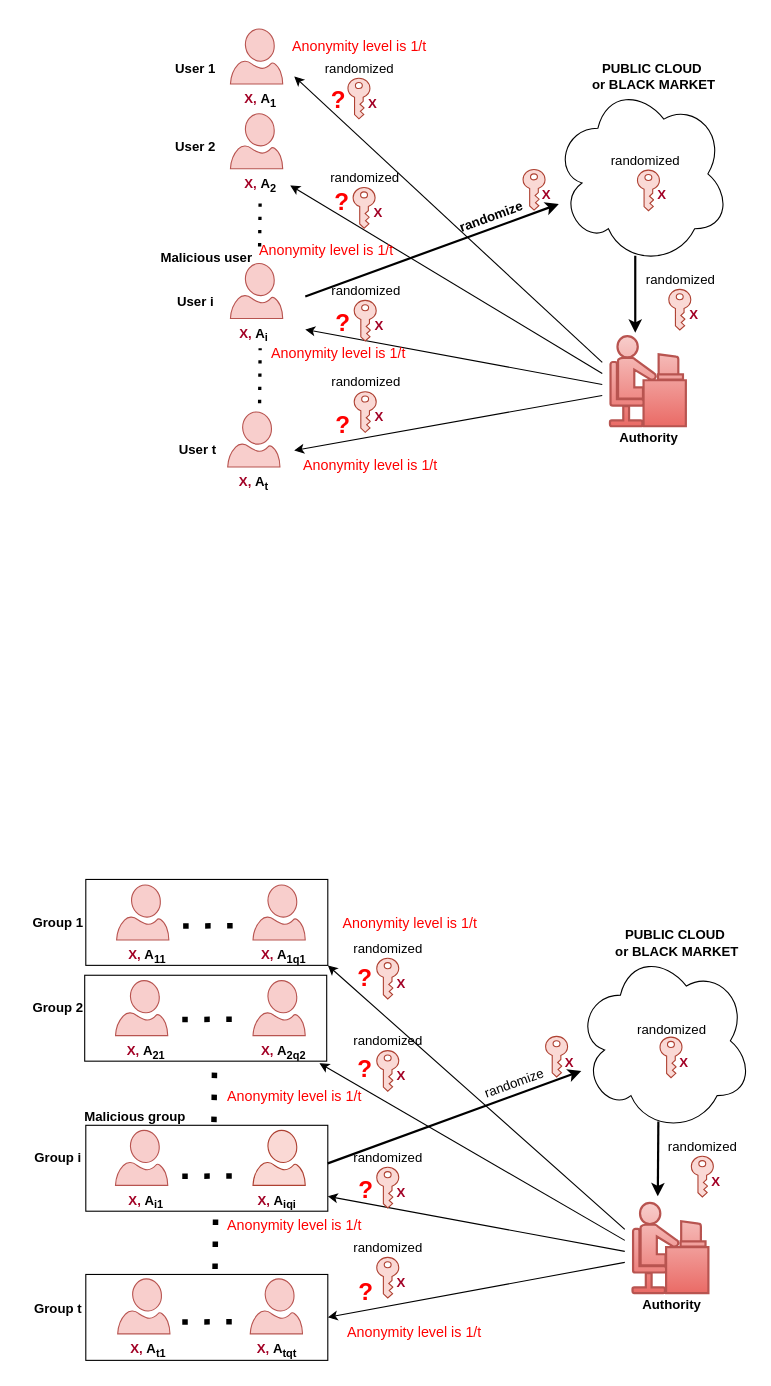
Before: AKL.drawio in huyle84/diagrams, a draw.io diagram. Source tidied: cells renumbered, new cells numbered last; positions are measured from the earlier drawing's top-left corner, leaving out a move shared by most shapes. Both pictures are drawn from the tidied source at 110%, with x=0, y=0 at pixel (19, 29).
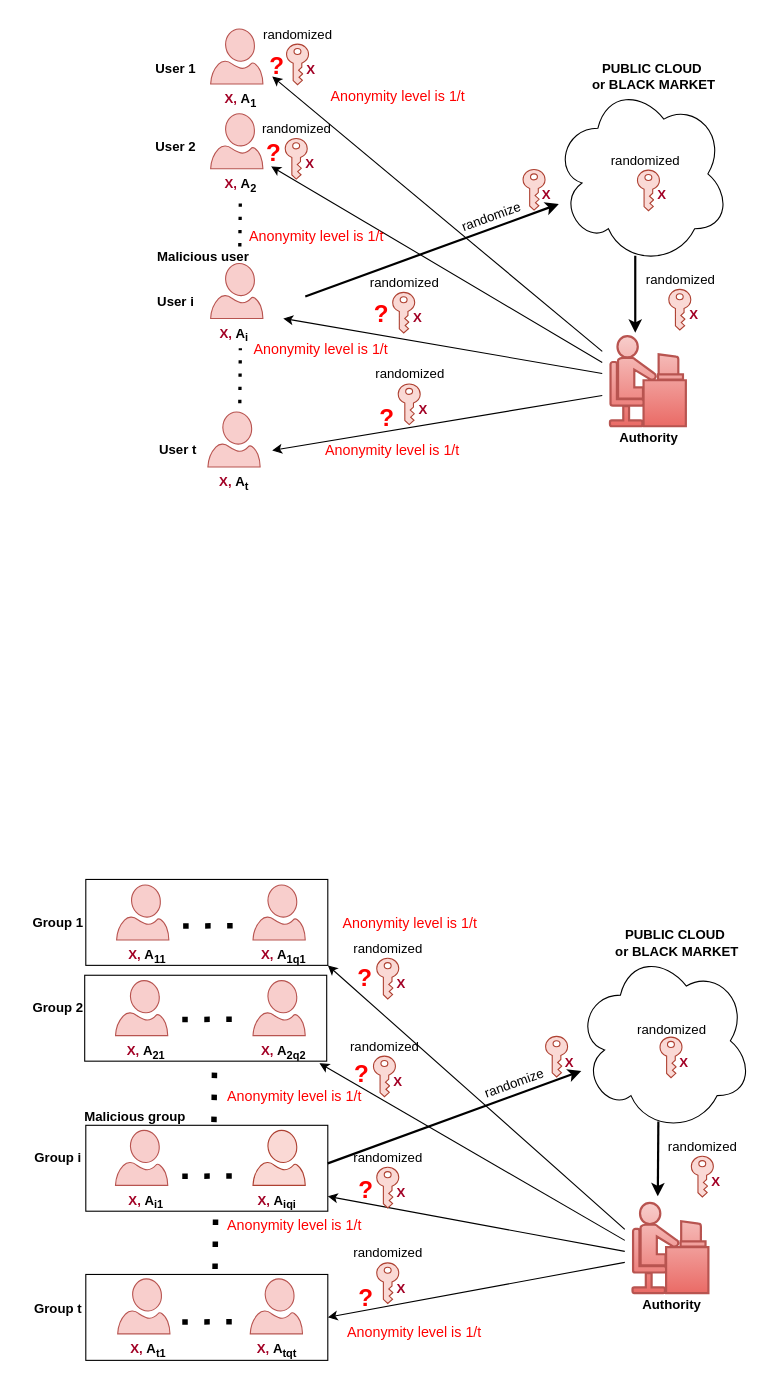
The same page after the edit.

Diff of the diagram source:
```diff
@@
     <mxCell id="3" style="verticalLabelPosition=bottom;html=1;verticalAlign=top;align=center;strokeColor=#b85450;fillColor=#f8cecc;shape=mxgraph.azure.user;" parent="1" vertex="1">
-      <mxGeometry x="192" y="-0.1" width="47.5" height="50" as="geometry" />
+      <mxGeometry x="174" y="-0.1" width="47.5" height="50" as="geometry" />
     </mxCell>
     <mxCell id="4" style="verticalLabelPosition=bottom;html=1;verticalAlign=top;align=center;strokeColor=#b85450;fillColor=#f8cecc;shape=mxgraph.azure.user;" parent="1" vertex="1">
-      <mxGeometry x="192" y="213" width="47.5" height="50" as="geometry" />
+      <mxGeometry x="174" y="213" width="47.5" height="50" as="geometry" />
     </mxCell>
     <mxCell id="5" style="verticalLabelPosition=bottom;html=1;verticalAlign=top;align=center;strokeColor=#b85450;fillColor=#f8cecc;shape=mxgraph.azure.user;" parent="1" vertex="1">
-      <mxGeometry x="189.5" y="348" width="47.5" height="50" as="geometry" />
+      <mxGeometry x="171.5" y="348" width="47.5" height="50" as="geometry" />
     </mxCell>
     <mxCell id="6" value="&lt;font color=&quot;#a20025&quot;&gt;X,&lt;/font&gt;&amp;nbsp;A&lt;sub&gt;1&lt;/sub&gt;" style="text;html=1;align=center;verticalAlign=middle;strokeColor=none;fillColor=none;fontStyle=1;" parent="1" vertex="1">
-      <mxGeometry x="194" y="49.9" width="50" height="30" as="geometry" />
+      <mxGeometry x="176" y="49.9" width="50" height="30" as="geometry" />
     </mxCell>
@@
-    <mxCell id="13" value="randomize" style="text;html=1;align=center;verticalAlign=middle;strokeColor=none;fillColor=none;fontStyle=1;rotation=-20;" parent="1" vertex="1">
+    <mxCell id="13" value="randomize" style="text;html=1;align=center;verticalAlign=middle;strokeColor=none;fillColor=none;fontStyle=0;rotation=-20;" parent="1" vertex="1">
       <mxGeometry x="389" y="156.1" width="80" height="30" as="geometry" />
     </mxCell>
     <mxCell id="14" value="&lt;font color=&quot;#a20025&quot;&gt;X,&lt;/font&gt;&amp;nbsp;A&lt;sub&gt;i&lt;/sub&gt;" style="text;html=1;align=center;verticalAlign=middle;strokeColor=none;fillColor=none;fontStyle=1;" parent="1" vertex="1">
-      <mxGeometry x="188.2" y="263" width="50" height="30" as="geometry" />
+      <mxGeometry x="170.2" y="263" width="50" height="30" as="geometry" />
     </mxCell>
     <mxCell id="15" value="&lt;font color=&quot;#a20025&quot;&gt;X,&lt;/font&gt;&amp;nbsp;A&lt;sub&gt;t&lt;/sub&gt;" style="text;html=1;align=center;verticalAlign=middle;strokeColor=none;fillColor=none;fontStyle=1;" parent="1" vertex="1">
-      <mxGeometry x="188.2" y="398" width="50" height="30" as="geometry" />
+      <mxGeometry x="170.2" y="398" width="50" height="30" as="geometry" />
     </mxCell>
     <mxCell id="16" value="Malicious user" style="text;html=1;align=center;verticalAlign=middle;strokeColor=none;fillColor=none;fontStyle=1;" parent="1" vertex="1">
-      <mxGeometry x="119.5" y="193" width="100" height="30" as="geometry" />
+      <mxGeometry x="116.5" y="192" width="100" height="30" as="geometry" />
     </mxCell>
     <mxCell id="17" style="verticalLabelPosition=bottom;html=1;verticalAlign=top;align=center;strokeColor=#b85450;fillColor=#f8cecc;shape=mxgraph.azure.user;" parent="1" vertex="1">
-      <mxGeometry x="192" y="76.9" width="47.5" height="50" as="geometry" />
+      <mxGeometry x="174" y="76.9" width="47.5" height="50" as="geometry" />
     </mxCell>
     <mxCell id="18" value="&lt;font color=&quot;#a20025&quot;&gt;X,&lt;/font&gt;&amp;nbsp;A&lt;sub&gt;2&lt;/sub&gt;" style="text;html=1;align=center;verticalAlign=middle;points=[];strokeColor=none;fillColor=none;fontStyle=1;" parent="1" vertex="1">
-      <mxGeometry x="194" y="126.9" width="50" height="30" as="geometry" />
+      <mxGeometry x="176" y="126.9" width="50" height="30" as="geometry" />
     </mxCell>
@@
     <mxCell id="24" style="endArrow=classic;html=1;rounded=0;" parent="1" edge="1">
       <mxGeometry relative="1" as="geometry">
-        <mxPoint x="530" y="303" as="sourcePoint" />
-        <mxPoint x="250" y="43" as="targetPoint" />
+        <mxPoint x="530" y="293" as="sourcePoint" />
+        <mxPoint x="230" y="43" as="targetPoint" />
       </mxGeometry>
     </mxCell>
-    <mxCell id="25" style="endArrow=classic;html=1;rounded=0;entryX=1.047;entryY=0.505;entryDx=0;entryDy=0;entryPerimeter=0;" parent="1" edge="1" target="18">
+    <mxCell id="25" style="endArrow=classic;html=1;rounded=0;entryX=1.06;entryY=-0.073;entryDx=0;entryDy=0;entryPerimeter=0;" parent="1" edge="1" target="18">
       <mxGeometry relative="1" as="geometry">
-        <mxPoint x="530" y="313" as="sourcePoint" />
+        <mxPoint x="530" y="303" as="sourcePoint" />
       </mxGeometry>
     </mxCell>
     <mxCell id="26" style="endArrow=classic;html=1;rounded=0;" parent="1" edge="1">
       <mxGeometry relative="1" as="geometry">
-        <mxPoint x="530" y="323" as="sourcePoint" />
-        <mxPoint x="260" y="273" as="targetPoint" />
+        <mxPoint x="530" y="313" as="sourcePoint" />
+        <mxPoint x="240" y="263" as="targetPoint" />
       </mxGeometry>
     </mxCell>
     <mxCell id="27" style="endArrow=classic;html=1;rounded=0;" parent="1" edge="1">
       <mxGeometry relative="1" as="geometry">
         <mxPoint x="530" y="333" as="sourcePoint" />
-        <mxPoint x="250" y="383" as="targetPoint" />
+        <mxPoint x="230" y="383" as="targetPoint" />
       </mxGeometry>
     </mxCell>
     <mxCell id="28" value="&lt;b&gt;&lt;font color=&quot;#ff0000&quot; style=&quot;font-size: 22px;&quot;&gt;?&lt;/font&gt;&lt;/b&gt;" style="text;html=1;align=center;verticalAlign=middle;strokeColor=none;fillColor=none;" parent="1" vertex="1">
-      <mxGeometry x="269.5" y="44.9" width="40" height="40" as="geometry" />
+      <mxGeometry x="213.8" y="13.9" width="40" height="40" as="geometry" />
     </mxCell>
     <mxCell id="29" value="&lt;b&gt;&lt;font color=&quot;#ff0000&quot; style=&quot;font-size: 22px;&quot;&gt;?&lt;/font&gt;&lt;/b&gt;" style="text;html=1;align=center;verticalAlign=middle;strokeColor=none;fillColor=none;" parent="1" vertex="1">
-      <mxGeometry x="273" y="137.5" width="40" height="40" as="geometry" />
+      <mxGeometry x="211.2" y="92.9" width="40" height="40" as="geometry" />
     </mxCell>
     <mxCell id="30" value="&lt;b&gt;&lt;font color=&quot;#ff0000&quot; style=&quot;font-size: 22px;&quot;&gt;?&lt;/font&gt;&lt;/b&gt;" style="text;html=1;align=center;verticalAlign=middle;strokeColor=none;fillColor=none;" parent="1" vertex="1">
-      <mxGeometry x="274" y="247.5" width="40" height="40" as="geometry" />
+      <mxGeometry x="309" y="240.2" width="40" height="40" as="geometry" />
     </mxCell>
     <mxCell id="31" value="&lt;b&gt;&lt;font color=&quot;#ff0000&quot; style=&quot;font-size: 22px;&quot;&gt;?&lt;/font&gt;&lt;/b&gt;" style="text;html=1;align=center;verticalAlign=middle;strokeColor=none;fillColor=none;" parent="1" vertex="1">
-      <mxGeometry x="274" y="341" width="40" height="40" as="geometry" />
+      <mxGeometry x="314" y="334" width="40" height="40" as="geometry" />
     </mxCell>
@@
     <mxCell id="33" style="endArrow=none;dashed=1;html=1;dashPattern=1 3;strokeWidth=3;rounded=0;" parent="1" edge="1">
       <mxGeometry relative="1" as="geometry">
-        <mxPoint x="218.5" y="340" as="sourcePoint" />
-        <mxPoint x="219" y="290" as="targetPoint" />
+        <mxPoint x="200.5" y="340" as="sourcePoint" />
+        <mxPoint x="201" y="290" as="targetPoint" />
       </mxGeometry>
     </mxCell>
     <mxCell id="34" style="endArrow=none;dashed=1;html=1;dashPattern=1 3;strokeWidth=3;rounded=0;" parent="1" edge="1">
       <mxGeometry relative="1" as="geometry">
-        <mxPoint x="218.5" y="197.5" as="sourcePoint" />
-        <mxPoint x="219" y="155" as="targetPoint" />
+        <mxPoint x="200.5" y="197.5" as="sourcePoint" />
+        <mxPoint x="201" y="155" as="targetPoint" />
       </mxGeometry>
     </mxCell>
@@
     <mxCell id="68" value="&lt;b&gt;&lt;font color=&quot;#ff0000&quot; style=&quot;font-size: 22px;&quot;&gt;?&lt;/font&gt;&lt;/b&gt;" style="text;html=1;align=center;verticalAlign=middle;strokeColor=none;fillColor=none;" parent="1" vertex="1">
-      <mxGeometry x="293.5" y="925.6" width="40" height="40" as="geometry" />
+      <mxGeometry x="290.5" y="930.6" width="40" height="40" as="geometry" />
     </mxCell>
@@
     <mxCell id="72" value="&lt;b&gt;&lt;font color=&quot;#ff0000&quot; style=&quot;font-size: 22px;&quot;&gt;?&lt;/font&gt;&lt;/b&gt;" style="text;html=1;align=center;verticalAlign=middle;strokeColor=none;fillColor=none;" parent="1" vertex="1">
-      <mxGeometry x="294.5" y="1129.1" width="40" height="40" as="geometry" />
+      <mxGeometry x="294.5" y="1134.1" width="40" height="40" as="geometry" />
     </mxCell>
@@
     <mxCell id="96" style="sketch=0;shadow=0;dashed=0;html=1;strokeColor=#ae4132;labelPosition=center;verticalLabelPosition=bottom;verticalAlign=top;align=center;shape=mxgraph.office.security.key_permissions;fillColor=#fad9d5;rotation=0;" parent="1" vertex="1">
-      <mxGeometry x="325" y="928.6" width="20" height="36.9" as="geometry" />
+      <mxGeometry x="322" y="933.6" width="20" height="36.9" as="geometry" />
     </mxCell>
     <mxCell id="97" value="&lt;font color=&quot;#a20025&quot;&gt;X&lt;/font&gt;" style="text;html=1;align=center;verticalAlign=middle;strokeColor=none;fillColor=none;fontStyle=1;" parent="1" vertex="1">
-      <mxGeometry x="332" y="937" width="30" height="30" as="geometry" />
+      <mxGeometry x="329" y="942" width="30" height="30" as="geometry" />
     </mxCell>
     <mxCell id="98" value="randomized" style="text;html=1;align=center;verticalAlign=middle;strokeColor=none;fillColor=none;fontStyle=0;" parent="1" vertex="1">
-      <mxGeometry x="290" y="905" width="90" height="30" as="geometry" />
+      <mxGeometry x="287" y="910" width="90" height="30" as="geometry" />
     </mxCell>
@@
     <mxCell id="102" style="sketch=0;shadow=0;dashed=0;html=1;strokeColor=#ae4132;labelPosition=center;verticalLabelPosition=bottom;verticalAlign=top;align=center;shape=mxgraph.office.security.key_permissions;fillColor=#fad9d5;rotation=0;" parent="1" vertex="1">
-      <mxGeometry x="325" y="1116.6" width="20" height="36.9" as="geometry" />
+      <mxGeometry x="325" y="1121.6" width="20" height="36.9" as="geometry" />
     </mxCell>
     <mxCell id="103" value="&lt;font color=&quot;#a20025&quot;&gt;X&lt;/font&gt;" style="text;html=1;align=center;verticalAlign=middle;strokeColor=none;fillColor=none;fontStyle=1;" parent="1" vertex="1">
-      <mxGeometry x="332" y="1125" width="30" height="30" as="geometry" />
+      <mxGeometry x="332" y="1130" width="30" height="30" as="geometry" />
     </mxCell>
     <mxCell id="104" value="randomized" style="text;html=1;align=center;verticalAlign=middle;strokeColor=none;fillColor=none;fontStyle=0;" parent="1" vertex="1">
-      <mxGeometry x="290" y="1093" width="90" height="30" as="geometry" />
+      <mxGeometry x="290" y="1098" width="90" height="30" as="geometry" />
     </mxCell>
     <mxCell id="105" value="User 1" style="text;html=1;align=center;verticalAlign=middle;strokeColor=none;fillColor=none;fontStyle=1;" parent="1" vertex="1">
-      <mxGeometry x="130" y="21" width="60" height="30" as="geometry" />
+      <mxGeometry x="112" y="21" width="60" height="30" as="geometry" />
     </mxCell>
     <mxCell id="106" value="User 2" style="text;html=1;align=center;verticalAlign=middle;strokeColor=none;fillColor=none;fontStyle=1;" parent="1" vertex="1">
-      <mxGeometry x="129.5" y="92" width="60" height="30" as="geometry" />
+      <mxGeometry x="111.5" y="92" width="60" height="30" as="geometry" />
     </mxCell>
     <mxCell id="107" value="User i" style="text;html=1;align=center;verticalAlign=middle;strokeColor=none;fillColor=none;fontStyle=1;" parent="1" vertex="1">
-      <mxGeometry x="134.5" y="233" width="50" height="30" as="geometry" />
+      <mxGeometry x="116.5" y="233" width="50" height="30" as="geometry" />
     </mxCell>
     <mxCell id="108" value="User t" style="text;html=1;align=center;verticalAlign=middle;strokeColor=none;fillColor=none;fontStyle=1;" parent="1" vertex="1">
-      <mxGeometry x="132" y="368" width="60" height="30" as="geometry" />
+      <mxGeometry x="114" y="368" width="60" height="30" as="geometry" />
     </mxCell>
@@
     <mxCell id="110" style="sketch=0;shadow=0;dashed=0;html=1;strokeColor=#ae4132;labelPosition=center;verticalLabelPosition=bottom;verticalAlign=top;align=center;shape=mxgraph.office.security.key_permissions;fillColor=#fad9d5;rotation=0;" parent="1" vertex="1">
-      <mxGeometry x="304.5" y="329.6" width="20" height="36.9" as="geometry" />
+      <mxGeometry x="344.5" y="322.6" width="20" height="36.9" as="geometry" />
     </mxCell>
     <mxCell id="111" value="&lt;font color=&quot;#a20025&quot;&gt;X&lt;/font&gt;" style="text;html=1;align=center;verticalAlign=middle;strokeColor=none;fillColor=none;fontStyle=1;" parent="1" vertex="1">
-      <mxGeometry x="311.5" y="338" width="30" height="30" as="geometry" />
+      <mxGeometry x="351.5" y="331" width="30" height="30" as="geometry" />
     </mxCell>
     <mxCell id="112" value="randomized" style="text;html=1;align=center;verticalAlign=middle;strokeColor=none;fillColor=none;fontStyle=0;" parent="1" vertex="1">
-      <mxGeometry x="269.5" y="306" width="90" height="30" as="geometry" />
+      <mxGeometry x="309.5" y="299" width="90" height="30" as="geometry" />
     </mxCell>
     <mxCell id="113" style="sketch=0;shadow=0;dashed=0;html=1;strokeColor=#ae4132;labelPosition=center;verticalLabelPosition=bottom;verticalAlign=top;align=center;shape=mxgraph.office.security.key_permissions;fillColor=#fad9d5;rotation=0;" parent="1" vertex="1">
-      <mxGeometry x="304.5" y="246.6" width="20" height="36.9" as="geometry" />
+      <mxGeometry x="339.5" y="239.3" width="20" height="36.9" as="geometry" />
     </mxCell>
     <mxCell id="114" value="&lt;font color=&quot;#a20025&quot;&gt;X&lt;/font&gt;" style="text;html=1;align=center;verticalAlign=middle;strokeColor=none;fillColor=none;fontStyle=1;" parent="1" vertex="1">
-      <mxGeometry x="311.5" y="255" width="30" height="30" as="geometry" />
+      <mxGeometry x="346.5" y="247.7" width="30" height="30" as="geometry" />
     </mxCell>
     <mxCell id="115" value="randomized" style="text;html=1;align=center;verticalAlign=middle;strokeColor=none;fillColor=none;fontStyle=0;" parent="1" vertex="1">
-      <mxGeometry x="269.5" y="223" width="90" height="30" as="geometry" />
+      <mxGeometry x="304.5" y="215.7" width="90" height="30" as="geometry" />
     </mxCell>
     <mxCell id="116" style="sketch=0;shadow=0;dashed=0;html=1;strokeColor=#ae4132;labelPosition=center;verticalLabelPosition=bottom;verticalAlign=top;align=center;shape=mxgraph.office.security.key_permissions;fillColor=#fad9d5;rotation=0;" parent="1" vertex="1">
-      <mxGeometry x="303.5" y="144" width="20" height="36.9" as="geometry" />
+      <mxGeometry x="241.8" y="99.4" width="20" height="36.9" as="geometry" />
     </mxCell>
     <mxCell id="117" value="&lt;font color=&quot;#a20025&quot;&gt;X&lt;/font&gt;" style="text;html=1;align=center;verticalAlign=middle;strokeColor=none;fillColor=none;fontStyle=1;" parent="1" vertex="1">
-      <mxGeometry x="310.5" y="152.4" width="30" height="30" as="geometry" />
+      <mxGeometry x="248.8" y="107.9" width="30" height="30" as="geometry" />
     </mxCell>
     <mxCell id="118" value="randomized" style="text;html=1;align=center;verticalAlign=middle;strokeColor=none;fillColor=none;fontStyle=0;" parent="1" vertex="1">
-      <mxGeometry x="268.5" y="120.4" width="90" height="30" as="geometry" />
+      <mxGeometry x="206.8" y="75.9" width="90" height="30" as="geometry" />
     </mxCell>
     <mxCell id="119" style="sketch=0;shadow=0;dashed=0;html=1;strokeColor=#ae4132;labelPosition=center;verticalLabelPosition=bottom;verticalAlign=top;align=center;shape=mxgraph.office.security.key_permissions;fillColor=#fad9d5;rotation=0;" parent="1" vertex="1">
-      <mxGeometry x="298.8" y="44.6" width="20" height="36.9" as="geometry" />
+      <mxGeometry x="243" y="13.6" width="20" height="36.9" as="geometry" />
     </mxCell>
     <mxCell id="120" value="&lt;font color=&quot;#a20025&quot;&gt;X&lt;/font&gt;" style="text;html=1;align=center;verticalAlign=middle;strokeColor=none;fillColor=none;fontStyle=1;" parent="1" vertex="1">
-      <mxGeometry x="305.8" y="53" width="30" height="30" as="geometry" />
+      <mxGeometry x="250" y="22.1" width="30" height="30" as="geometry" />
     </mxCell>
     <mxCell id="121" value="randomized" style="text;html=1;align=center;verticalAlign=middle;strokeColor=none;fillColor=none;fontStyle=0;" parent="1" vertex="1">
-      <mxGeometry x="263.8" y="21" width="90" height="30" as="geometry" />
+      <mxGeometry x="208" y="-9.9" width="90" height="30" as="geometry" />
     </mxCell>
     <mxCell id="122" value="&lt;font style=&quot;caret-color: rgb(255, 0, 0); color: rgb(255, 0, 0); font-weight: 400; font-size: 13px;&quot;&gt;Anonymity level is&lt;/font&gt;&lt;span style=&quot;caret-color: rgb(255, 0, 0); color: rgb(255, 0, 0); font-weight: 400; font-size: 13px;&quot;&gt;&amp;nbsp;1/t&lt;/span&gt;" style="text;html=1;align=center;verticalAlign=middle;strokeColor=none;fillColor=none;fontStyle=1;" parent="1" vertex="1">
-      <mxGeometry x="244" y="381" width="150" height="30" as="geometry" />
+      <mxGeometry x="263.8" y="368" width="150" height="30" as="geometry" />
     </mxCell>
     <mxCell id="123" value="&lt;font style=&quot;caret-color: rgb(255, 0, 0); color: rgb(255, 0, 0); font-weight: 400; font-size: 13px;&quot;&gt;Anonymity level is&lt;/font&gt;&lt;span style=&quot;caret-color: rgb(255, 0, 0); color: rgb(255, 0, 0); font-weight: 400; font-size: 13px;&quot;&gt;&amp;nbsp;1/t&lt;/span&gt;" style="text;html=1;align=center;verticalAlign=middle;strokeColor=none;fillColor=none;fontStyle=1;" parent="1" vertex="1">
-      <mxGeometry x="214.5" y="279" width="150" height="30" as="geometry" />
+      <mxGeometry x="198.5" y="276" width="150" height="30" as="geometry" />
     </mxCell>
     <mxCell id="124" value="&lt;font style=&quot;caret-color: rgb(255, 0, 0); color: rgb(255, 0, 0); font-weight: 400; font-size: 13px;&quot;&gt;Anonymity level is&lt;/font&gt;&lt;span style=&quot;caret-color: rgb(255, 0, 0); color: rgb(255, 0, 0); font-weight: 400; font-size: 13px;&quot;&gt;&amp;nbsp;1/t&lt;/span&gt;" style="text;html=1;align=center;verticalAlign=middle;strokeColor=none;fillColor=none;fontStyle=1;" parent="1" vertex="1">
-      <mxGeometry x="233.8" y="-0.1" width="150" height="30" as="geometry" />
+      <mxGeometry x="269" y="45.9" width="150" height="30" as="geometry" />
     </mxCell>
     <mxCell id="125" value="&lt;font style=&quot;caret-color: rgb(255, 0, 0); color: rgb(255, 0, 0); font-weight: 400; font-size: 13px;&quot;&gt;Anonymity level is&lt;/font&gt;&lt;span style=&quot;caret-color: rgb(255, 0, 0); color: rgb(255, 0, 0); font-weight: 400; font-size: 13px;&quot;&gt;&amp;nbsp;1/t&lt;/span&gt;" style="text;html=1;align=center;verticalAlign=middle;strokeColor=none;fillColor=none;fontStyle=1;" parent="1" vertex="1">
-      <mxGeometry x="203.8" y="186.1" width="150" height="30" as="geometry" />
+      <mxGeometry x="194.5" y="173" width="150" height="30" as="geometry" />
     </mxCell>
```
